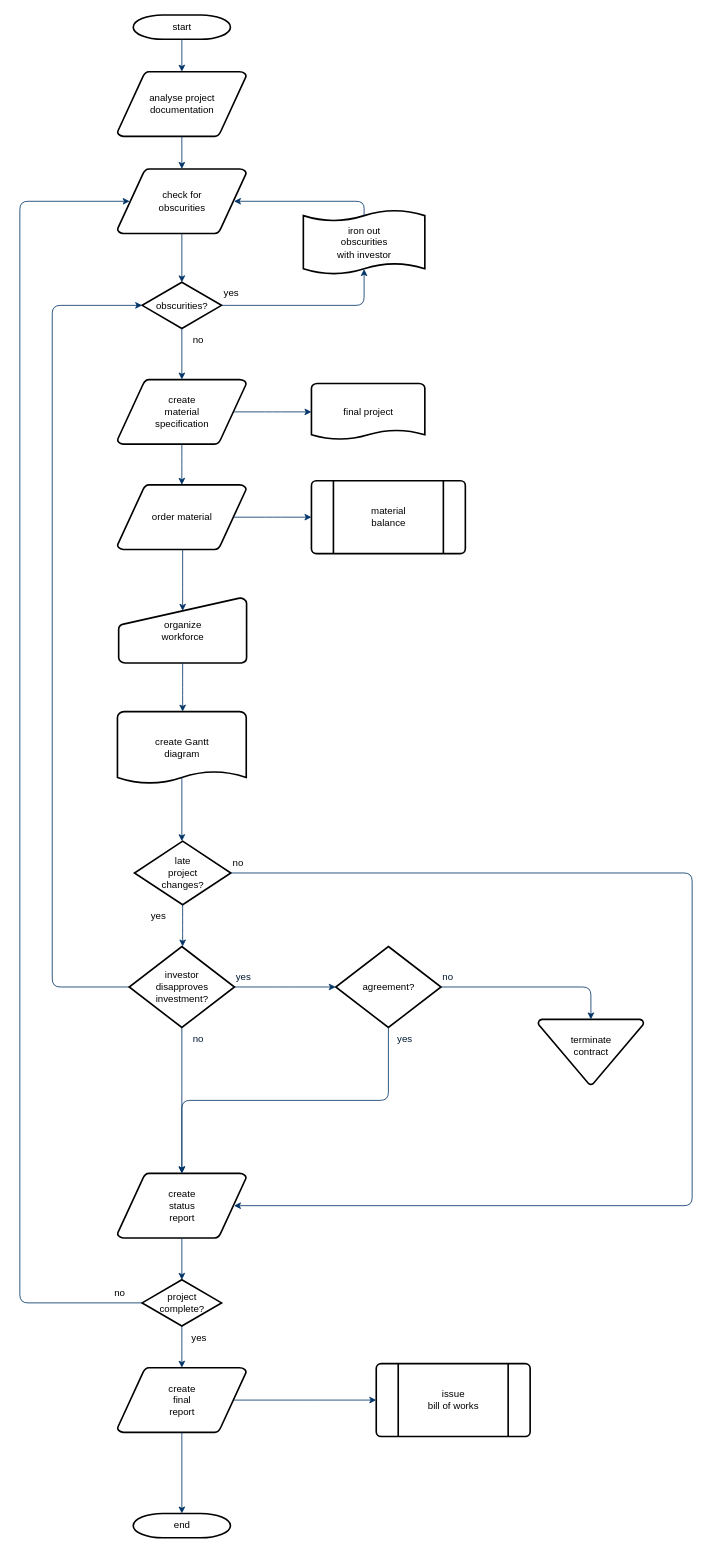
Above: 未命名绘图.drawio in flychenming/Book (draw.io), before the change. Source tidied: cells renumbered, new cells numbered last; positions are measured from the earlier drawing's top-left corner, leaving out a move shared by most shapes. Both pictures are drawn from the tidied source at 81%, with x=0, y=0 at pixel (19, 15).
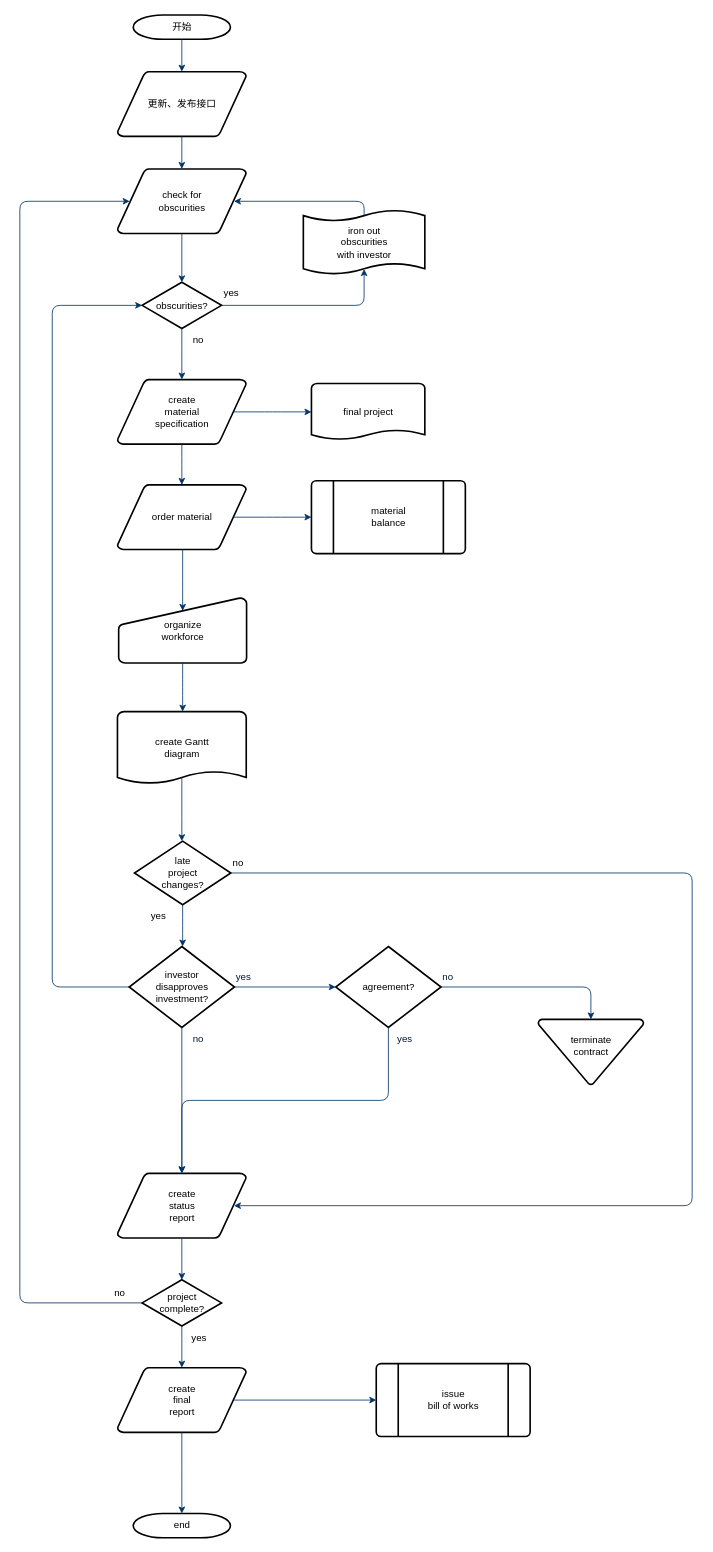
Above is the later version.

Commit message:
更新未命名绘图.drawio

What changed in the source:
```diff
@@
-    <mxCell id="2" value="start" style="shape=mxgraph.flowchart.terminator;strokeWidth=2;gradientColor=none;gradientDirection=north;fontStyle=0;html=1;" parent="1" vertex="1">
+    <mxCell id="2" value="开始" style="shape=mxgraph.flowchart.terminator;strokeWidth=2;gradientColor=none;gradientDirection=north;fontStyle=0;html=1;" parent="1" vertex="1">
       <mxGeometry x="140" width="120" height="30" as="geometry" />
     </mxCell>
-    <mxCell id="3" value="analyse project&#10; documentation" style="shape=mxgraph.flowchart.data;strokeWidth=2;gradientColor=none;gradientDirection=north;fontStyle=0;html=1;" parent="1" vertex="1">
+    <mxCell id="3" value="更新、发布接口" style="shape=mxgraph.flowchart.data;strokeWidth=2;gradientColor=none;gradientDirection=north;fontStyle=0;html=1;" parent="1" vertex="1">
       <mxGeometry x="120.5" y="70" width="159" height="80" as="geometry" />
     </mxCell>
```
